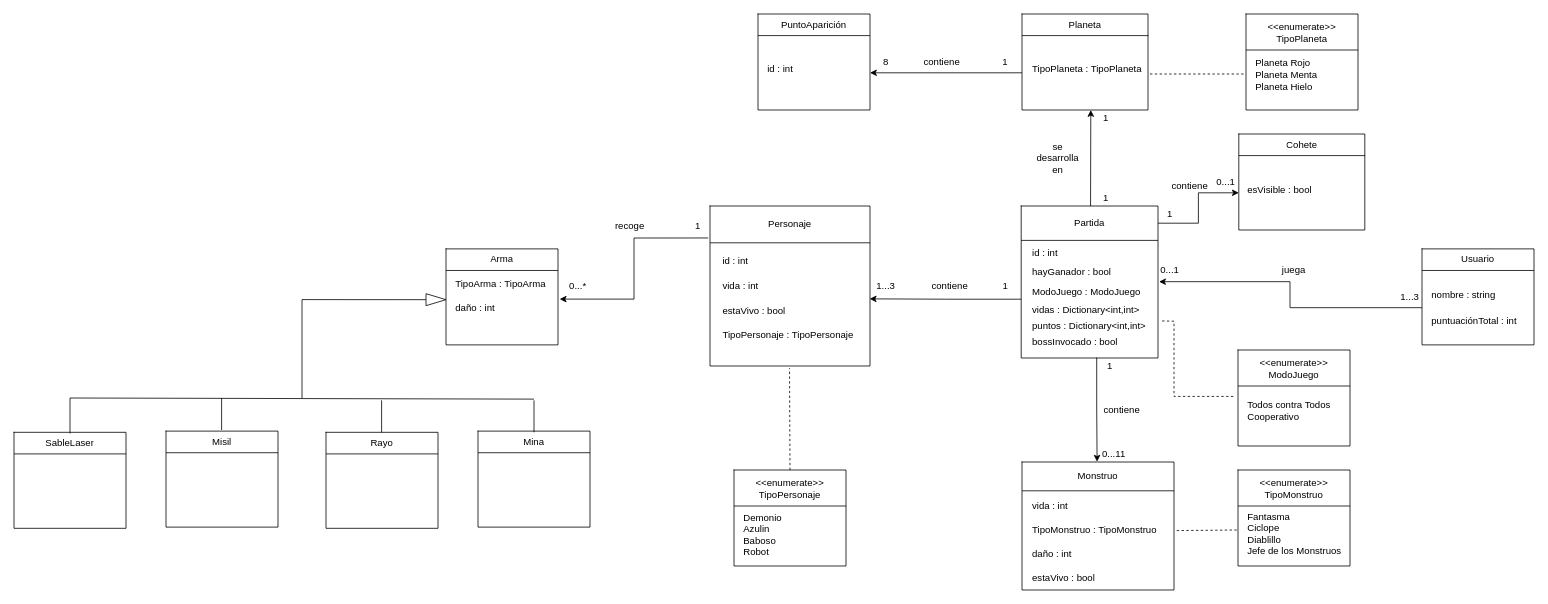
This is CosmicCombat.drawio from juacasalb/Cosmic-Combat, a draw.io file, before an edit. Source tidied: cells renumbered, new cells numbered last; positions are measured from the earlier drawing's top-left corner, leaving out a move shared by most shapes. Both pictures are drawn from the tidied source at 80%, with x=0, y=0 at pixel (14, 14).
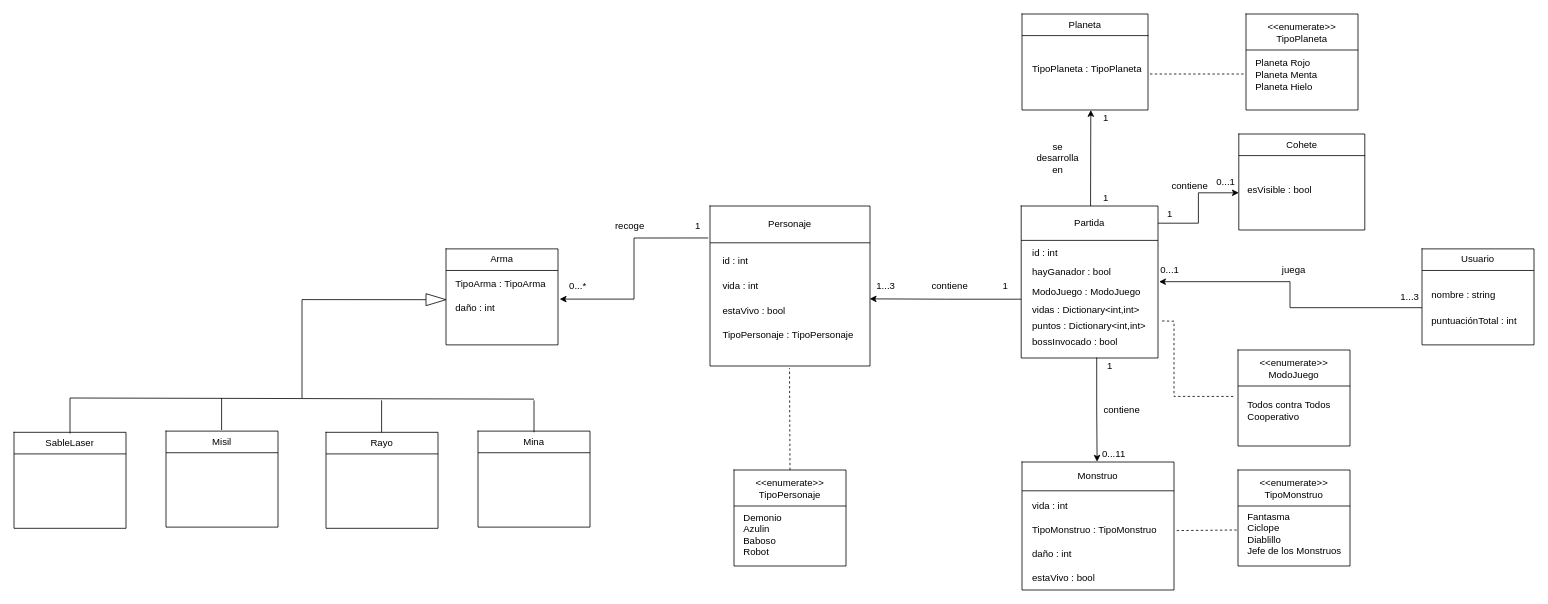
Above is the later version.

The change refers to these unchanged cells:
```xml
<mxCell id="19" style="shape=tableRow;horizontal=0;startSize=0;swimlaneHead=0;swimlaneBody=0;strokeColor=inherit;top=0;left=0;bottom=0;right=0;fillColor=none;points=[[0,0.5],[1,0.5]];portConstraint=eastwest;" parent="16" vertex="1">
  <mxGeometry y="27" width="157.5" height="93" as="geometry" />
</mxCell>
```

What changed in the source:
```diff
@@
-    <mxCell id="53" style="group;" parent="1" vertex="1">
-      <mxGeometry x="930" width="140" height="120" as="geometry" />
-    </mxCell>
-    <mxCell id="54" style="shape=table;startSize=0;childLayout=tableLayout;" parent="53" vertex="1">
-      <mxGeometry width="140" height="120" as="geometry" />
-    </mxCell>
-    <mxCell id="55" style="shape=tableRow;horizontal=0;startSize=0;swimlaneHead=0;swimlaneBody=0;strokeColor=inherit;top=0;left=0;bottom=0;right=0;fillColor=none;" parent="54" vertex="1">
-      <mxGeometry width="140" height="27" as="geometry" />
-    </mxCell>
-    <mxCell id="56" value="PuntoAparición" style="shape=partialRectangle;html=1;whiteSpace=wrap;strokeColor=inherit;overflow=hidden;fillColor=none;top=0;left=0;bottom=0;right=0;" parent="55" vertex="1">
-      <mxGeometry width="140" height="27" as="geometry" />
-    </mxCell>
-    <mxCell id="57" style="shape=tableRow;horizontal=0;startSize=0;swimlaneHead=0;swimlaneBody=0;strokeColor=inherit;top=0;left=0;bottom=0;right=0;fillColor=none;points=[[0,0.5],[1,0.5]];portConstraint=eastwest;" parent="54" vertex="1">
-      <mxGeometry y="27" width="140" height="93" as="geometry" />
-    </mxCell>
-    <mxCell id="58" style="shape=partialRectangle;html=1;whiteSpace=wrap;strokeColor=inherit;overflow=hidden;fillColor=none;top=0;left=0;bottom=0;right=0;" parent="57" vertex="1">
-      <mxGeometry width="140" height="93" as="geometry" />
-    </mxCell>
-    <mxCell id="59" value="id : int" style="text;html=1;strokeColor=none;fillColor=none;align=left;verticalAlign=middle;whiteSpace=wrap;rounded=0;" parent="53" vertex="1">
-      <mxGeometry x="10" y="58" width="120" height="22.5" as="geometry" />
-    </mxCell>
-    <mxCell id="60" style="edgeStyle=orthogonalEdgeStyle;rounded=0;jettySize=auto;html=1;exitX=0;exitY=0.5;exitDx=0;exitDy=0;entryX=1;entryY=0.5;entryDx=0;entryDy=0;" parent="1" edge="1" source="19" target="57">
-      <mxGeometry relative="1" as="geometry" />
-    </mxCell>
-    <mxCell id="61" value="8" style="text;html=1;strokeColor=none;fillColor=none;align=center;verticalAlign=middle;whiteSpace=wrap;rounded=0;" parent="1" vertex="1">
-      <mxGeometry x="1075" y="45" width="30" height="30" as="geometry" />
-    </mxCell>
-    <mxCell id="62" value="contiene" style="text;html=1;strokeColor=none;fillColor=none;align=center;verticalAlign=middle;whiteSpace=wrap;rounded=0;" parent="1" vertex="1">
-      <mxGeometry x="1130" y="45" width="60" height="30" as="geometry" />
-    </mxCell>
-    <mxCell id="63" value="1" style="text;html=1;strokeColor=none;fillColor=none;align=center;verticalAlign=middle;whiteSpace=wrap;rounded=0;" parent="1" vertex="1">
-      <mxGeometry x="1209" y="45" width="60" height="30" as="geometry" />
-    </mxCell>
```
